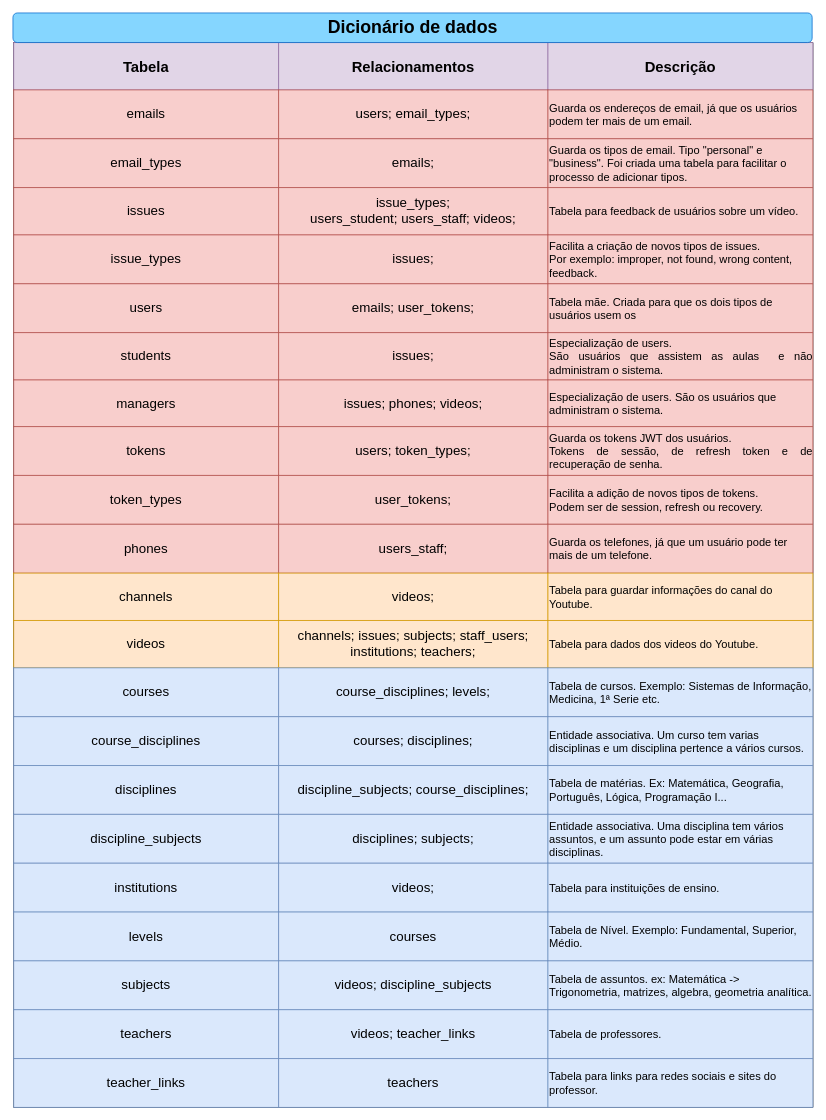
The draw.io diagram page "Dicionário de dados" (3 of 6) of db_model.drawio in SevenSeas-Tech/demen-backend, before the edit. Source tidied: cells renumbered, new cells numbered last; positions are measured from the earlier drawing's top-left corner, leaving out a move shared by most shapes. Both pictures are drawn from the tidied source at 74%, with x=0, y=0 at pixel (13, 13).
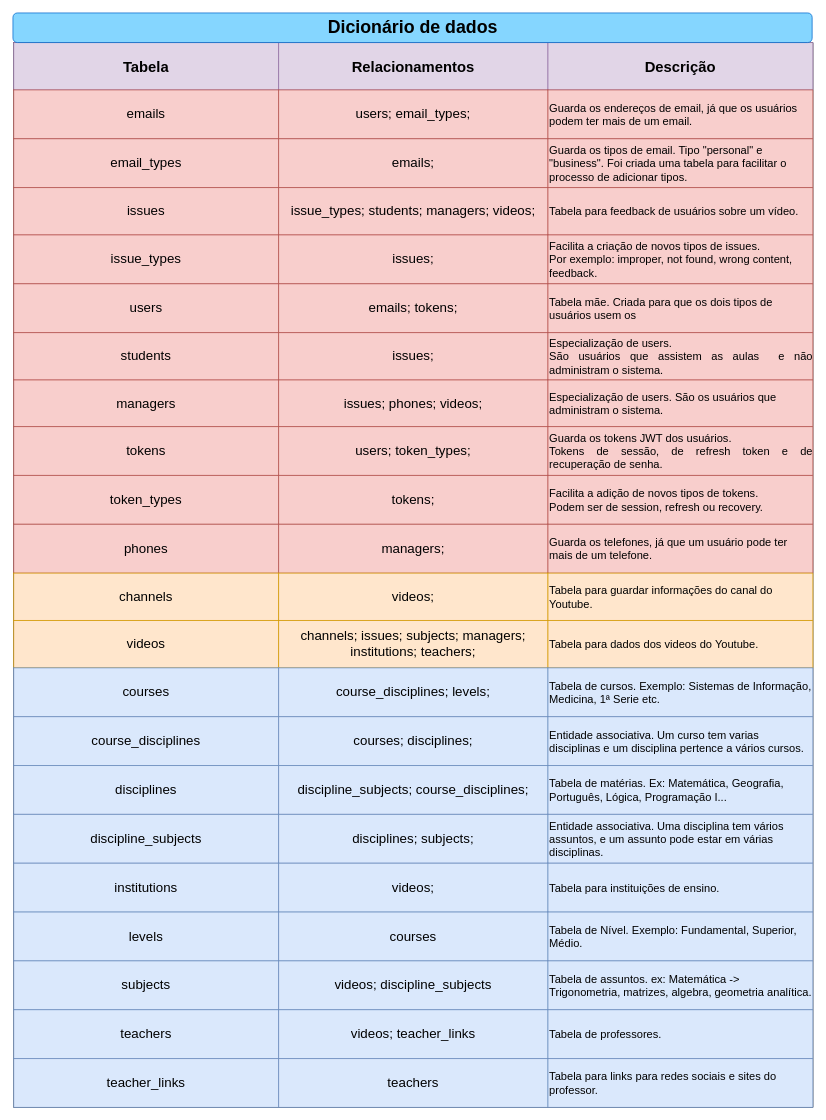
Above is the later version.

The change refers to these unchanged cells:
```xml
<mxCell id="15" style="shape=tableRow;horizontal=0;startSize=0;swimlaneHead=0;swimlaneBody=0;top=0;left=0;bottom=0;right=0;fillColor=none;rounded=1;shadow=0;glass=0;sketch=0;" parent="2" vertex="1">
  <mxGeometry y="196" width="1080" height="64" as="geometry" />
</mxCell>
<mxCell id="23" style="shape=tableRow;horizontal=0;startSize=0;swimlaneHead=0;swimlaneBody=0;top=0;left=0;bottom=0;right=0;fillColor=none;rounded=1;shadow=0;glass=0;sketch=0;" parent="2" vertex="1">
  <mxGeometry y="326" width="1080" height="66" as="geometry" />
</mxCell>
<mxCell id="39" style="shape=tableRow;horizontal=0;startSize=0;swimlaneHead=0;swimlaneBody=0;top=0;left=0;bottom=0;right=0;fillColor=none;rounded=1;shadow=0;glass=0;sketch=0;" parent="2" vertex="1">
  <mxGeometry y="585" width="1080" height="66" as="geometry" />
</mxCell>
<mxCell id="43" style="shape=tableRow;horizontal=0;startSize=0;swimlaneHead=0;swimlaneBody=0;top=0;left=0;bottom=0;right=0;fillColor=none;rounded=1;shadow=0;glass=0;sketch=0;" parent="2" vertex="1">
  <mxGeometry y="651" width="1080" height="66" as="geometry" />
</mxCell>
<mxCell id="51" style="shape=tableRow;horizontal=0;startSize=0;swimlaneHead=0;swimlaneBody=0;top=0;left=0;bottom=0;right=0;fillColor=none;rounded=1;shadow=0;glass=0;sketch=0;" parent="2" vertex="1">
  <mxGeometry y="781" width="1080" height="64" as="geometry" />
</mxCell>
```

Change to the diagram source:
```diff
@@
-    <mxCell id="17" value="issue_types; users_student;&amp;nbsp;&lt;span style=&quot;background-color: initial; font-size: 18px;&quot;&gt;users_staff;&amp;nbsp;&lt;/span&gt;&lt;span style=&quot;background-color: initial; font-size: 18px;&quot;&gt;videos;&lt;/span&gt;" style="shape=partialRectangle;html=1;whiteSpace=wrap;overflow=hidden;fillColor=#f8cecc;top=1;left=1;bottom=1;right=1;rounded=1;shadow=0;glass=0;sketch=0;align=center;strokeColor=#b85450;fontSize=18;gradientDirection=east;" parent="15" vertex="1">
+    <mxCell id="17" value="issue_types; students;&amp;nbsp;&lt;span style=&quot;background-color: initial; font-size: 18px;&quot;&gt;managers;&amp;nbsp;&lt;/span&gt;&lt;span style=&quot;background-color: initial; font-size: 18px;&quot;&gt;videos;&lt;/span&gt;" style="shape=partialRectangle;html=1;whiteSpace=wrap;overflow=hidden;fillColor=#f8cecc;top=1;left=1;bottom=1;right=1;rounded=1;shadow=0;glass=0;sketch=0;align=center;strokeColor=#b85450;fontSize=18;gradientDirection=east;" parent="15" vertex="1">
       <mxGeometry x="358" width="364" height="64" as="geometry" />
     </mxCell>
@@
-    <mxCell id="25" value="emails; user_tokens;" style="shape=partialRectangle;html=1;whiteSpace=wrap;overflow=hidden;fillColor=#f8cecc;top=1;left=1;bottom=1;right=1;rounded=1;shadow=0;glass=0;sketch=0;align=center;strokeColor=#b85450;fontSize=18;" parent="23" vertex="1">
+    <mxCell id="25" value="emails; tokens;" style="shape=partialRectangle;html=1;whiteSpace=wrap;overflow=hidden;fillColor=#f8cecc;top=1;left=1;bottom=1;right=1;rounded=1;shadow=0;glass=0;sketch=0;align=center;strokeColor=#b85450;fontSize=18;" parent="23" vertex="1">
       <mxGeometry x="358" width="364" height="66" as="geometry" />
     </mxCell>
@@
-    <mxCell id="41" value="user_tokens;" style="shape=partialRectangle;html=1;whiteSpace=wrap;overflow=hidden;fillColor=#f8cecc;top=1;left=1;bottom=1;right=1;rounded=1;shadow=0;glass=0;sketch=0;align=center;strokeColor=#b85450;fontSize=18;" parent="39" vertex="1">
+    <mxCell id="41" value="tokens;" style="shape=partialRectangle;html=1;whiteSpace=wrap;overflow=hidden;fillColor=#f8cecc;top=1;left=1;bottom=1;right=1;rounded=1;shadow=0;glass=0;sketch=0;align=center;strokeColor=#b85450;fontSize=18;" parent="39" vertex="1">
       <mxGeometry x="358" width="364" height="66" as="geometry" />
     </mxCell>
@@
-    <mxCell id="45" value="users_staff;" style="shape=partialRectangle;html=1;whiteSpace=wrap;overflow=hidden;fillColor=#f8cecc;top=1;left=1;bottom=1;right=1;rounded=1;shadow=0;glass=0;sketch=0;align=center;strokeColor=#b85450;fontSize=18;" parent="43" vertex="1">
+    <mxCell id="45" value="managers;" style="shape=partialRectangle;html=1;whiteSpace=wrap;overflow=hidden;fillColor=#f8cecc;top=1;left=1;bottom=1;right=1;rounded=1;shadow=0;glass=0;sketch=0;align=center;strokeColor=#b85450;fontSize=18;" parent="43" vertex="1">
       <mxGeometry x="358" width="364" height="66" as="geometry" />
     </mxCell>
@@
-    <mxCell id="53" value="channels; issues; subjects; staff_users; institutions; teachers;" style="shape=partialRectangle;html=1;whiteSpace=wrap;overflow=hidden;fillColor=#ffe6cc;top=1;left=1;bottom=1;right=1;rounded=1;shadow=0;glass=0;sketch=0;align=center;verticalAlign=middle;strokeColor=#d79b00;fontSize=18;" parent="51" vertex="1">
+    <mxCell id="53" value="channels; issues; subjects; managers; institutions; teachers;" style="shape=partialRectangle;html=1;whiteSpace=wrap;overflow=hidden;fillColor=#ffe6cc;top=1;left=1;bottom=1;right=1;rounded=1;shadow=0;glass=0;sketch=0;align=center;verticalAlign=middle;strokeColor=#d79b00;fontSize=18;" parent="51" vertex="1">
       <mxGeometry x="358" width="364" height="64" as="geometry" />
     </mxCell>
```
